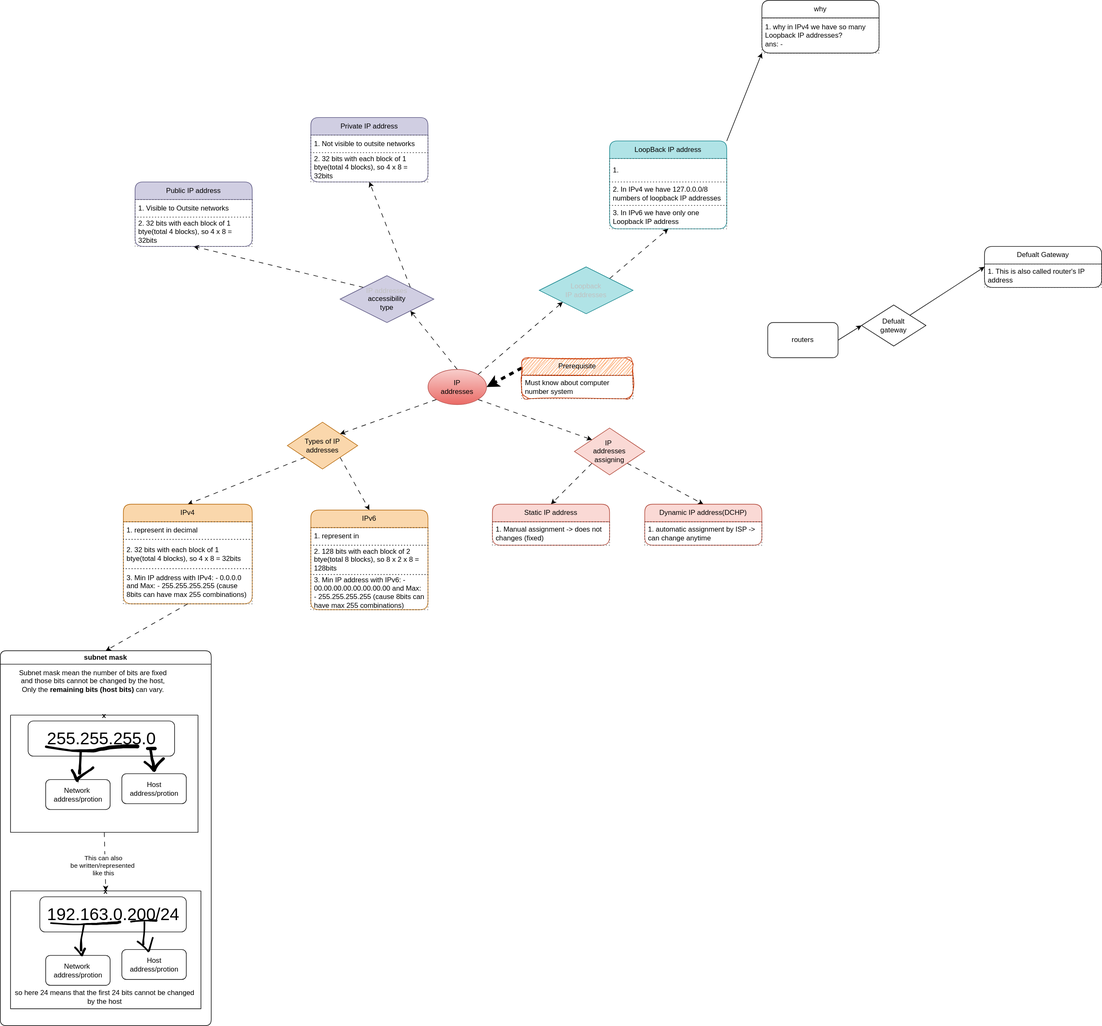
This is computer-networking/ip.svg from knkrn5/Programming-Concepts, a draw.io export, as it was before one commit. Source tidied: cells renumbered, new cells last; positions are measured from the earlier drawing's top-left corner, leaving out a move shared by most shapes.
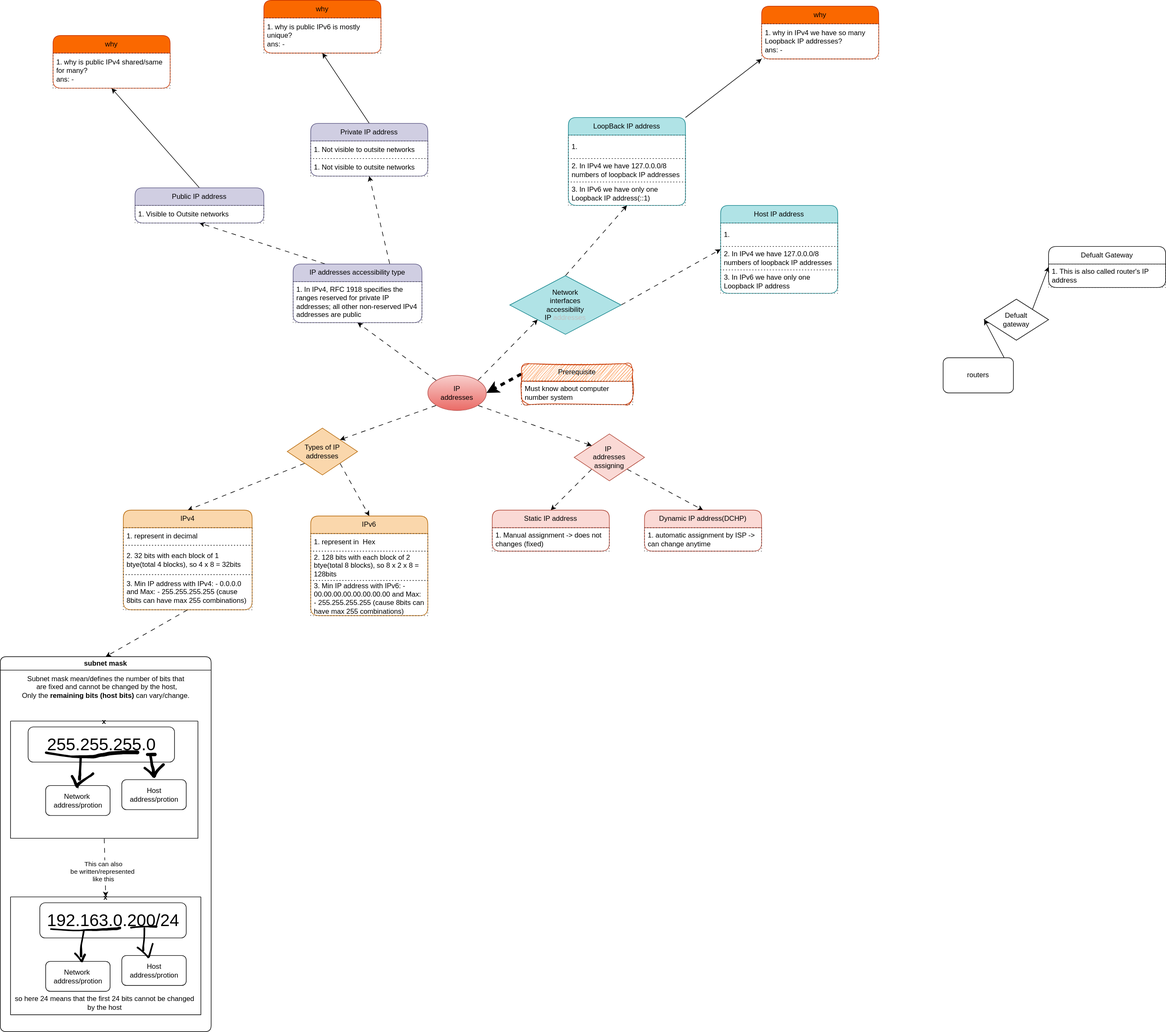
Above is the later version.

The edit, as a diff of the source:
```diff
@@ -11,26 +11,26 @@
     <mxCell id="4" value="Types of IP&lt;div&gt;addresses&lt;/div&gt;" style="rhombus;whiteSpace=wrap;html=1;fillColor=#fad7ac;strokeColor=#b46504;" parent="1" vertex="1">
       <mxGeometry x="490" y="720" width="120" height="80" as="geometry" />
     </mxCell>
-    <mxCell id="5" style="edgeStyle=none;html=1;exitX=1;exitY=0;exitDx=0;exitDy=0;entryX=0.5;entryY=1;entryDx=0;entryDy=0;flowAnimation=1;" parent="1" edge="1" source="7" target="28">
+    <mxCell id="5" style="edgeStyle=none;html=1;exitX=0.75;exitY=0;exitDx=0;exitDy=0;entryX=0.5;entryY=1;entryDx=0;entryDy=0;flowAnimation=1;" parent="1" edge="1" source="7" target="28">
       <mxGeometry relative="1" as="geometry" />
     </mxCell>
-    <mxCell id="6" style="edgeStyle=none;html=1;exitX=0;exitY=0;exitDx=0;exitDy=0;entryX=0.5;entryY=1;entryDx=0;entryDy=0;flowAnimation=1;" parent="1" edge="1" source="7" target="25">
+    <mxCell id="6" style="edgeStyle=none;html=1;exitX=0.25;exitY=0;exitDx=0;exitDy=0;entryX=0.5;entryY=1;entryDx=0;entryDy=0;flowAnimation=1;" parent="1" edge="1" source="7" target="25">
       <mxGeometry relative="1" as="geometry" />
     </mxCell>
-    <mxCell id="7" value="&lt;font style=&quot;&quot;&gt;&lt;font style=&quot;color: light-dark(rgb(192, 192, 192), rgb(255, 255, 255));&quot;&gt;IP&amp;nbsp;&lt;/font&gt;&lt;span style=&quot;background-color: transparent; color: rgb(192, 192, 192);&quot;&gt;&lt;font style=&quot;color: light-dark(rgb(192, 192, 192), rgb(255, 255, 255));&quot;&gt;addresses&lt;/font&gt;&lt;/span&gt;&lt;/font&gt;&lt;div&gt;&lt;span style=&quot;background-color: transparent; color: rgb(192, 192, 192);&quot;&gt;&lt;font style=&quot;color: light-dark(rgb(0, 0, 0), rgb(255, 255, 255));&quot;&gt;accessibility&lt;/font&gt;&lt;/span&gt;&lt;/div&gt;&lt;div&gt;&lt;span style=&quot;background-color: transparent; color: rgb(192, 192, 192);&quot;&gt;&lt;font style=&quot;color: light-dark(rgb(0, 0, 0), rgb(255, 255, 255));&quot;&gt;type&lt;/font&gt;&lt;/span&gt;&lt;/div&gt;" style="rhombus;whiteSpace=wrap;html=1;fillColor=#d0cee2;strokeColor=#56517e;" parent="1" vertex="1">
-      <mxGeometry x="580" y="470" width="160" height="80" as="geometry" />
-    </mxCell>
-    <mxCell id="8" style="edgeStyle=none;html=1;exitX=1;exitY=0;exitDx=0;exitDy=0;entryX=0.5;entryY=1;entryDx=0;entryDy=0;flowAnimation=1;" parent="1" edge="1" source="9" target="32">
+    <mxCell id="8" style="edgeStyle=none;html=1;exitX=0.5;exitY=0;exitDx=0;exitDy=0;entryX=0.5;entryY=1;entryDx=0;entryDy=0;flowAnimation=1;" parent="1" edge="1" source="9" target="32">
       <mxGeometry relative="1" as="geometry" />
     </mxCell>
+    <mxCell id="80" style="edgeStyle=none;html=1;exitX=1;exitY=0.5;exitDx=0;exitDy=0;entryX=0;entryY=0.5;entryDx=0;entryDy=0;flowAnimation=1;" parent="1" edge="1" source="9" target="85">
+      <mxGeometry relative="1" as="geometry" />
+    </mxCell>
-    <mxCell id="9" value="&lt;div&gt;&lt;font style=&quot;&quot;&gt;&lt;font style=&quot;color: light-dark(rgb(192, 192, 192), rgb(255, 255, 255));&quot;&gt;Loopback&lt;/font&gt;&lt;/font&gt;&lt;/div&gt;&lt;font style=&quot;&quot;&gt;&lt;font style=&quot;color: light-dark(rgb(192, 192, 192), rgb(255, 255, 255));&quot;&gt;IP&amp;nbsp;&lt;/font&gt;&lt;span style=&quot;background-color: transparent; color: rgb(192, 192, 192);&quot;&gt;&lt;font style=&quot;color: light-dark(rgb(192, 192, 192), rgb(255, 255, 255));&quot;&gt;addresses&lt;/font&gt;&lt;/span&gt;&lt;/font&gt;" style="rhombus;whiteSpace=wrap;html=1;fillColor=#b0e3e6;strokeColor=#0e8088;" parent="1" vertex="1">
-      <mxGeometry x="920" y="455" width="160" height="80" as="geometry" />
+    <mxCell id="9" value="&lt;div&gt;&lt;font style=&quot;color: light-dark(rgb(0, 0, 0), rgb(255, 255, 255));&quot;&gt;Network&lt;/font&gt;&lt;/div&gt;&lt;div&gt;&lt;font style=&quot;color: light-dark(rgb(0, 0, 0), rgb(255, 255, 255));&quot;&gt;interfaces&lt;/font&gt;&lt;/div&gt;&lt;div&gt;&lt;font style=&quot;color: light-dark(rgb(0, 0, 0), rgb(255, 255, 255));&quot;&gt;accessibility&lt;/font&gt;&lt;/div&gt;&lt;font style=&quot;color: light-dark(rgb(0, 0, 0), rgb(255, 255, 255));&quot;&gt;&lt;font style=&quot;&quot;&gt;IP&amp;nbsp;&lt;/font&gt;&lt;span style=&quot;background-color: transparent; color: rgb(192, 192, 192);&quot;&gt;&lt;font style=&quot;&quot;&gt;addresses&lt;/font&gt;&lt;/span&gt;&lt;/font&gt;" style="rhombus;whiteSpace=wrap;html=1;fillColor=#b0e3e6;strokeColor=#0e8088;" parent="1" vertex="1">
+      <mxGeometry x="870" y="460" width="190" height="100" as="geometry" />
     </mxCell>
     <mxCell id="10" style="edgeStyle=none;html=1;exitX=1;exitY=0;exitDx=0;exitDy=0;entryX=0;entryY=0.5;entryDx=0;entryDy=0;" parent="1" edge="1" source="11" target="38">
       <mxGeometry relative="1" as="geometry" />
     </mxCell>
     <mxCell id="11" value="&lt;div&gt;&lt;font style=&quot;color: light-dark(rgb(0, 0, 0), rgb(255, 255, 255));&quot;&gt;Defualt&lt;/font&gt;&lt;/div&gt;&lt;div&gt;&lt;font style=&quot;color: light-dark(rgb(0, 0, 0), rgb(255, 255, 255));&quot;&gt;gateway&lt;/font&gt;&lt;/div&gt;" style="rhombus;whiteSpace=wrap;html=1;" parent="1" vertex="1">
-      <mxGeometry x="1470" y="520" width="110" height="70" as="geometry" />
+      <mxGeometry x="1680" y="500" width="110" height="70" as="geometry" />
     </mxCell>
     <mxCell id="12" style="edgeStyle=none;html=1;exitX=0;exitY=1;exitDx=0;exitDy=0;entryX=0.5;entryY=0;entryDx=0;entryDy=0;flowAnimation=1;" parent="1" edge="1" source="14" target="47">
       <mxGeometry relative="1" as="geometry" />
@@ -47,7 +47,7 @@
     <mxCell id="16" style="edgeStyle=none;html=1;exitX=1;exitY=1;exitDx=0;exitDy=0;entryX=0;entryY=0;entryDx=0;entryDy=0;flowAnimation=1;" parent="1" edge="1" source="19" target="14">
       <mxGeometry relative="1" as="geometry" />
     </mxCell>
-    <mxCell id="17" style="edgeStyle=none;html=1;exitX=0.5;exitY=0;exitDx=0;exitDy=0;entryX=1;entryY=1;entryDx=0;entryDy=0;flowAnimation=1;" parent="1" edge="1" source="19" target="7">
+    <mxCell id="17" style="edgeStyle=none;html=1;exitX=0;exitY=0;exitDx=0;exitDy=0;entryX=0.5;entryY=1;entryDx=0;entryDy=0;flowAnimation=1;" parent="1" edge="1" source="19" target="7">
       <mxGeometry relative="1" as="geometry" />
     </mxCell>
     <mxCell id="18" style="edgeStyle=none;html=1;exitX=1;exitY=0;exitDx=0;exitDy=0;entryX=0;entryY=1;entryDx=0;entryDy=0;flowAnimation=1;" parent="1" edge="1" source="19" target="9">
@@ -71,29 +71,38 @@
     <mxCell id="24" value="3. Min IP address with IPv4: - 0.0.0.0 and Max: - 255.255.255.255 (cause 8bits can have max 255 combinations)" style="text;strokeColor=default;fillColor=none;align=left;verticalAlign=middle;spacingLeft=4;spacingRight=4;overflow=hidden;whiteSpace=wrap;html=1;dashed=1;dashPattern=1 4;" parent="21" vertex="1">
       <mxGeometry y="110" width="220" height="60" as="geometry" />
     </mxCell>
+    <mxCell id="81" style="edgeStyle=none;html=1;exitX=0.5;exitY=0;exitDx=0;exitDy=0;entryX=0.5;entryY=1;entryDx=0;entryDy=0;" parent="1" edge="1" source="25" target="91">
+      <mxGeometry relative="1" as="geometry" />
+    </mxCell>
     <mxCell id="25" value="Public IP address" style="swimlane;fontStyle=0;horizontal=1;startSize=30;whiteSpace=wrap;html=1;rounded=1;fillColor=#d0cee2;strokeColor=#56517e;" parent="1" vertex="1">
-      <mxGeometry x="230" y="310" width="200" height="110" as="geometry" />
+      <mxGeometry x="230" y="310" width="220" height="60" as="geometry" />
     </mxCell>
     <mxCell id="26" value="1. Visible to Outsite networks" style="text;strokeColor=default;fillColor=none;align=left;verticalAlign=middle;spacingLeft=4;spacingRight=4;overflow=hidden;whiteSpace=wrap;html=1;dashed=1;dashPattern=1 4;" parent="25" vertex="1">
-      <mxGeometry y="30" width="200" height="30" as="geometry" />
+      <mxGeometry y="30" width="220" height="30" as="geometry" />
     </mxCell>
-    <mxCell id="27" value="2. 32 bits with each block of 1 btye(total 4 blocks), so 4 x 8 = 32bits" style="text;strokeColor=default;fillColor=none;align=left;verticalAlign=middle;spacingLeft=4;spacingRight=4;overflow=hidden;whiteSpace=wrap;html=1;dashed=1;dashPattern=1 4;" parent="25" vertex="1">
-      <mxGeometry y="60" width="200" height="50" as="geometry" />
-    </mxCell>
+    <mxCell id="7" value="IP addresses accessibility type" style="swimlane;fontStyle=0;horizontal=1;startSize=30;whiteSpace=wrap;html=1;rounded=1;fillColor=#d0cee2;strokeColor=#56517e;" parent="1" vertex="1">
+      <mxGeometry x="500" y="440" width="220" height="100" as="geometry" />
+    </mxCell>
+    <mxCell id="82" value="1.&amp;nbsp;In IPv4, RFC 1918 specifies the ranges reserved for private IP addresses; all other non-reserved IPv4 addresses are public" style="text;strokeColor=default;fillColor=none;align=left;verticalAlign=middle;spacingLeft=4;spacingRight=4;overflow=hidden;whiteSpace=wrap;html=1;dashed=1;dashPattern=1 4;" parent="7" vertex="1">
+      <mxGeometry y="30" width="220" height="70" as="geometry" />
+    </mxCell>
+    <mxCell id="83" style="edgeStyle=none;html=1;exitX=0.5;exitY=0;exitDx=0;exitDy=0;entryX=0.5;entryY=1;entryDx=0;entryDy=0;" parent="1" edge="1" source="28" target="89">
+      <mxGeometry relative="1" as="geometry" />
+    </mxCell>
     <mxCell id="28" value="Private IP address" style="swimlane;fontStyle=0;horizontal=1;startSize=30;whiteSpace=wrap;html=1;rounded=1;fillColor=#d0cee2;strokeColor=#56517e;" parent="1" vertex="1">
-      <mxGeometry x="530" y="200" width="200" height="110" as="geometry" />
+      <mxGeometry x="530" y="200" width="200" height="90" as="geometry" />
     </mxCell>
     <mxCell id="29" value="1. Not visible to outsite networks" style="text;strokeColor=default;fillColor=none;align=left;verticalAlign=middle;spacingLeft=4;spacingRight=4;overflow=hidden;whiteSpace=wrap;html=1;dashed=1;dashPattern=1 4;" parent="28" vertex="1">
       <mxGeometry y="30" width="200" height="30" as="geometry" />
     </mxCell>
-    <mxCell id="30" value="2. 32 bits with each block of 1 btye(total 4 blocks), so 4 x 8 = 32bits" style="text;strokeColor=default;fillColor=none;align=left;verticalAlign=middle;spacingLeft=4;spacingRight=4;overflow=hidden;whiteSpace=wrap;html=1;dashed=1;dashPattern=1 4;" parent="28" vertex="1">
-      <mxGeometry y="60" width="200" height="50" as="geometry" />
-    </mxCell>
+    <mxCell id="84" value="1. Not visible to outsite networks" style="text;strokeColor=default;fillColor=none;align=left;verticalAlign=middle;spacingLeft=4;spacingRight=4;overflow=hidden;whiteSpace=wrap;html=1;dashed=1;dashPattern=1 4;" parent="28" vertex="1">
+      <mxGeometry y="60" width="200" height="30" as="geometry" />
+    </mxCell>
     <mxCell id="31" style="edgeStyle=none;html=1;exitX=1;exitY=0;exitDx=0;exitDy=0;entryX=0;entryY=1;entryDx=0;entryDy=0;" parent="1" edge="1" source="32" target="36">
       <mxGeometry relative="1" as="geometry" />
     </mxCell>
     <mxCell id="32" value="LoopBack IP address" style="swimlane;fontStyle=0;horizontal=1;startSize=30;whiteSpace=wrap;html=1;rounded=1;fillColor=#b0e3e6;strokeColor=#0e8088;" parent="1" vertex="1">
-      <mxGeometry x="1040" y="240" width="200" height="150" as="geometry" />
+      <mxGeometry x="970" y="190" width="200" height="150" as="geometry" />
     </mxCell>
     <mxCell id="33" value="1." style="text;strokeColor=default;fillColor=none;align=left;verticalAlign=middle;spacingLeft=4;spacingRight=4;overflow=hidden;whiteSpace=wrap;html=1;dashed=1;dashPattern=1 4;" parent="32" vertex="1">
       <mxGeometry y="30" width="200" height="40" as="geometry" />
@@ -101,17 +110,41 @@
     <mxCell id="34" value="2. In IPv4 we have 127.0.0.0/8 numbers of loopback IP addresses" style="text;strokeColor=default;fillColor=none;align=left;verticalAlign=middle;spacingLeft=4;spacingRight=4;overflow=hidden;whiteSpace=wrap;html=1;dashed=1;dashPattern=1 4;" parent="32" vertex="1">
       <mxGeometry y="70" width="200" height="40" as="geometry" />
     </mxCell>
-    <mxCell id="35" value="3. In IPv6 we have only one Loopback IP address" style="text;strokeColor=default;fillColor=none;align=left;verticalAlign=middle;spacingLeft=4;spacingRight=4;overflow=hidden;whiteSpace=wrap;html=1;dashed=1;dashPattern=1 4;" parent="32" vertex="1">
+    <mxCell id="35" value="3. In IPv6 we have only one Loopback IP address(::1)" style="text;strokeColor=default;fillColor=none;align=left;verticalAlign=middle;spacingLeft=4;spacingRight=4;overflow=hidden;whiteSpace=wrap;html=1;dashed=1;dashPattern=1 4;" parent="32" vertex="1">
       <mxGeometry y="110" width="200" height="40" as="geometry" />
     </mxCell>
+    <mxCell id="85" value="Host IP address" style="swimlane;fontStyle=0;horizontal=1;startSize=30;whiteSpace=wrap;html=1;rounded=1;fillColor=#b0e3e6;strokeColor=#0e8088;" parent="1" vertex="1">
+      <mxGeometry x="1230" y="340" width="200" height="150" as="geometry" />
+    </mxCell>
+    <mxCell id="86" value="1." style="text;strokeColor=default;fillColor=none;align=left;verticalAlign=middle;spacingLeft=4;spacingRight=4;overflow=hidden;whiteSpace=wrap;html=1;dashed=1;dashPattern=1 4;" parent="85" vertex="1">
+      <mxGeometry y="30" width="200" height="40" as="geometry" />
+    </mxCell>
+    <mxCell id="87" value="2. In IPv4 we have 127.0.0.0/8 numbers of loopback IP addresses" style="text;strokeColor=default;fillColor=none;align=left;verticalAlign=middle;spacingLeft=4;spacingRight=4;overflow=hidden;whiteSpace=wrap;html=1;dashed=1;dashPattern=1 4;" parent="85" vertex="1">
+      <mxGeometry y="70" width="200" height="40" as="geometry" />
+    </mxCell>
+    <mxCell id="88" value="3. In IPv6 we have only one Loopback IP address" style="text;strokeColor=default;fillColor=none;align=left;verticalAlign=middle;spacingLeft=4;spacingRight=4;overflow=hidden;whiteSpace=wrap;html=1;dashed=1;dashPattern=1 4;" parent="85" vertex="1">
+      <mxGeometry y="110" width="200" height="40" as="geometry" />
+    </mxCell>
-    <mxCell id="36" value="why" style="swimlane;fontStyle=0;horizontal=1;startSize=30;whiteSpace=wrap;html=1;rounded=1;" parent="1" vertex="1">
+    <mxCell id="36" value="why" style="swimlane;fontStyle=0;horizontal=1;startSize=30;whiteSpace=wrap;html=1;rounded=1;fillColor=#fa6800;fontColor=#000000;strokeColor=#C73500;" parent="1" vertex="1">
       <mxGeometry x="1300" width="200" height="90" as="geometry" />
     </mxCell>
     <mxCell id="37" value="1. why in IPv4 we have so many Loopback IP addresses?&lt;div&gt;ans: -&amp;nbsp;&lt;/div&gt;" style="text;strokeColor=default;fillColor=none;align=left;verticalAlign=middle;spacingLeft=4;spacingRight=4;overflow=hidden;whiteSpace=wrap;html=1;dashed=1;dashPattern=1 4;" parent="36" vertex="1">
       <mxGeometry y="30" width="200" height="60" as="geometry" />
     </mxCell>
+    <mxCell id="89" value="why" style="swimlane;fontStyle=0;horizontal=1;startSize=30;whiteSpace=wrap;html=1;rounded=1;fillColor=#fa6800;fontColor=#000000;strokeColor=#C73500;" parent="1" vertex="1">
+      <mxGeometry x="450" y="-10" width="200" height="90" as="geometry" />
+    </mxCell>
+    <mxCell id="90" value="1. why is public IPv6 is mostly unique?&lt;div&gt;ans: -&lt;/div&gt;" style="text;strokeColor=default;fillColor=none;align=left;verticalAlign=middle;spacingLeft=4;spacingRight=4;overflow=hidden;whiteSpace=wrap;html=1;dashed=1;dashPattern=1 4;" parent="89" vertex="1">
+      <mxGeometry y="30" width="200" height="60" as="geometry" />
+    </mxCell>
+    <mxCell id="91" value="why" style="swimlane;fontStyle=0;horizontal=1;startSize=30;whiteSpace=wrap;html=1;rounded=1;fillColor=#fa6800;fontColor=#000000;strokeColor=#C73500;" parent="1" vertex="1">
+      <mxGeometry x="90" y="50" width="200" height="90" as="geometry" />
+    </mxCell>
+    <mxCell id="92" value="1. why is public IPv4 shared/same for many?&lt;div&gt;ans: -&lt;/div&gt;" style="text;strokeColor=default;fillColor=none;align=left;verticalAlign=middle;spacingLeft=4;spacingRight=4;overflow=hidden;whiteSpace=wrap;html=1;dashed=1;dashPattern=1 4;" parent="91" vertex="1">
+      <mxGeometry y="30" width="200" height="60" as="geometry" />
+    </mxCell>
     <mxCell id="38" value="Defualt Gateway" style="swimlane;fontStyle=0;horizontal=1;startSize=30;whiteSpace=wrap;html=1;rounded=1;" parent="1" vertex="1">
-      <mxGeometry x="1680" y="420" width="200" height="70" as="geometry" />
+      <mxGeometry x="1790" y="410" width="200" height="70" as="geometry" />
     </mxCell>
     <mxCell id="39" value="1. This is also called router's IP address" style="text;strokeColor=default;fillColor=none;align=left;verticalAlign=middle;spacingLeft=4;spacingRight=4;overflow=hidden;whiteSpace=wrap;html=1;dashed=1;dashPattern=1 4;" parent="38" vertex="1">
       <mxGeometry y="30" width="200" height="40" as="geometry" />
@@ -128,7 +161,7 @@
     <mxCell id="43" value="IPv6" style="swimlane;fontStyle=0;horizontal=1;startSize=30;whiteSpace=wrap;html=1;rounded=1;fillColor=#fad7ac;strokeColor=#b46504;" parent="1" vertex="1">
       <mxGeometry x="530" y="870" width="200" height="170" as="geometry" />
     </mxCell>
-    <mxCell id="44" value="1. represent in&amp;nbsp;" style="text;strokeColor=default;fillColor=none;align=left;verticalAlign=middle;spacingLeft=4;spacingRight=4;overflow=hidden;whiteSpace=wrap;html=1;dashed=1;dashPattern=1 4;" parent="43" vertex="1">
+    <mxCell id="44" value="1. represent in&amp;nbsp; Hex" style="text;strokeColor=default;fillColor=none;align=left;verticalAlign=middle;spacingLeft=4;spacingRight=4;overflow=hidden;whiteSpace=wrap;html=1;dashed=1;dashPattern=1 4;" parent="43" vertex="1">
       <mxGeometry y="30" width="200" height="30" as="geometry" />
     </mxCell>
     <mxCell id="45" value="2. 128 bits with each block of 2 btye(total 8 blocks), so 8 x 2 x 8 = 128bits" style="text;strokeColor=default;fillColor=none;align=left;verticalAlign=middle;spacingLeft=4;spacingRight=4;overflow=hidden;whiteSpace=wrap;html=1;dashed=1;dashPattern=1 4;" parent="43" vertex="1">
@@ -153,13 +186,13 @@
       <mxGeometry relative="1" as="geometry" />
     </mxCell>
     <mxCell id="52" value="routers" style="rounded=1;whiteSpace=wrap;html=1;" parent="1" vertex="1">
-      <mxGeometry x="1310" y="550" width="120" height="60" as="geometry" />
+      <mxGeometry x="1610" y="600" width="120" height="60" as="geometry" />
     </mxCell>
     <mxCell id="53" value="subnet mask" style="swimlane;whiteSpace=wrap;html=1;rounded=1;" parent="1" vertex="1">
       <mxGeometry y="1110" width="360" height="640" as="geometry" />
     </mxCell>
-    <mxCell id="54" value="&lt;font style=&quot;color: light-dark(rgb(0, 0, 0), rgb(255, 255, 255));&quot;&gt;Subnet mask mean the number of bits are fixed&lt;/font&gt;&lt;div&gt;&lt;font style=&quot;color: light-dark(rgb(0, 0, 0), rgb(255, 255, 255));&quot;&gt;and those bits cannot be changed by the host,&lt;/font&gt;&lt;/div&gt;&lt;div&gt;&lt;font style=&quot;color: light-dark(rgb(0, 0, 0), rgb(255, 255, 255));&quot;&gt;Only the &lt;strong&gt;remaining bits (host bits)&lt;/strong&gt; can vary.&lt;/font&gt;&lt;/div&gt;" style="text;html=1;align=center;verticalAlign=middle;strokeColor=none;fillColor=none;" parent="53" vertex="1">
-      <mxGeometry x="17.5" y="22.5" width="280" height="60" as="geometry" />
+    <mxCell id="54" value="&lt;font style=&quot;color: light-dark(rgb(0, 0, 0), rgb(255, 255, 255));&quot;&gt;Subnet mask mean/defines the number of bits that&lt;/font&gt;&lt;div&gt;&lt;font style=&quot;color: light-dark(rgb(0, 0, 0), rgb(255, 255, 255));&quot;&gt;&amp;nbsp;are fixed&amp;nbsp;&lt;/font&gt;&lt;span style=&quot;background-color: transparent;&quot;&gt;and cannot be changed by the host,&lt;/span&gt;&lt;div&gt;&lt;font style=&quot;color: light-dark(rgb(0, 0, 0), rgb(255, 255, 255));&quot;&gt;Only the &lt;strong&gt;remaining bits (host bits)&lt;/strong&gt; can vary/change.&lt;/font&gt;&lt;/div&gt;&lt;/div&gt;" style="text;html=1;align=center;verticalAlign=middle;strokeColor=none;fillColor=none;" parent="53" vertex="1">
+      <mxGeometry x="25" y="22.5" width="310" height="60" as="geometry" />
     </mxCell>
     <mxCell id="55" style="group;" parent="53" vertex="1">
       <mxGeometry x="17.5" y="410" width="325" height="201" as="geometry" />
```
